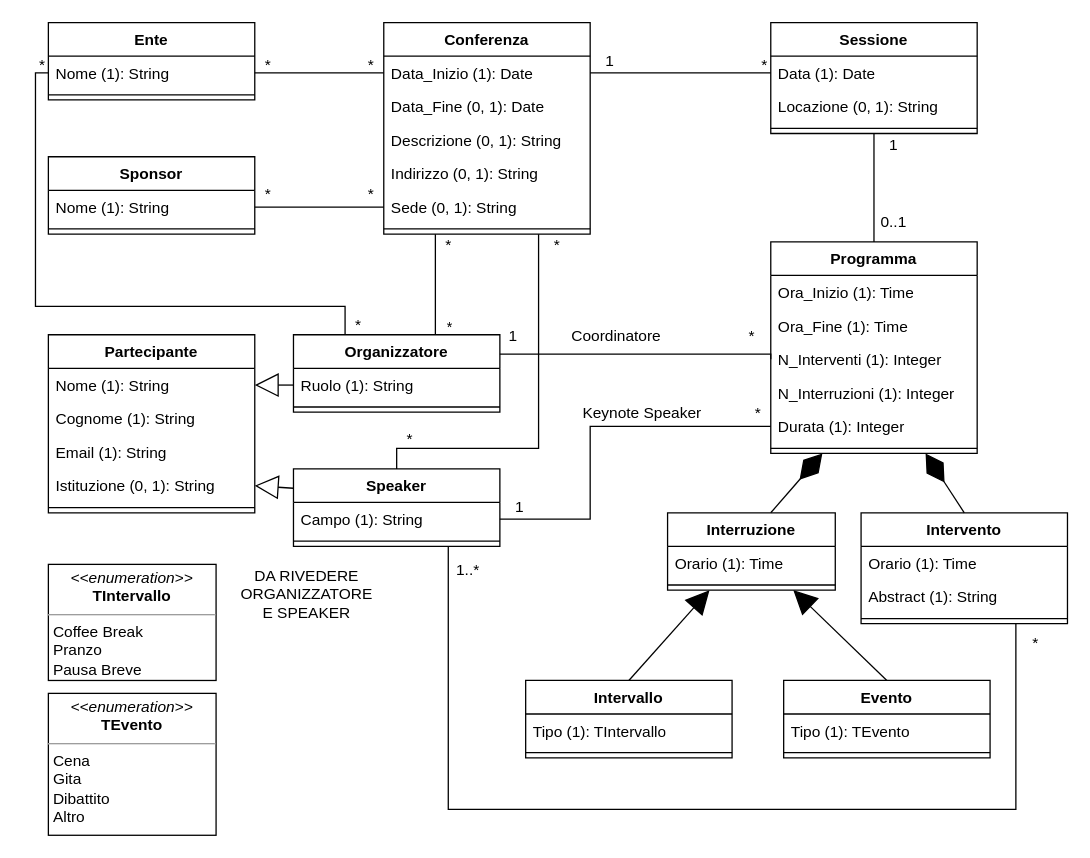
This is page "DiagrammaNonRistrutturato" (1 of 3) of UML-DB/Conferenze.drawio from LeoCucurachi/GestioneConferenze, a draw.io file, before an edit. Source tidied: cells renumbered, new cells numbered last; positions are measured from the earlier drawing's top-left corner, leaving out a move shared by most shapes. Both pictures are drawn from the tidied source at 129%, with x=0, y=0 at pixel (22, 22).
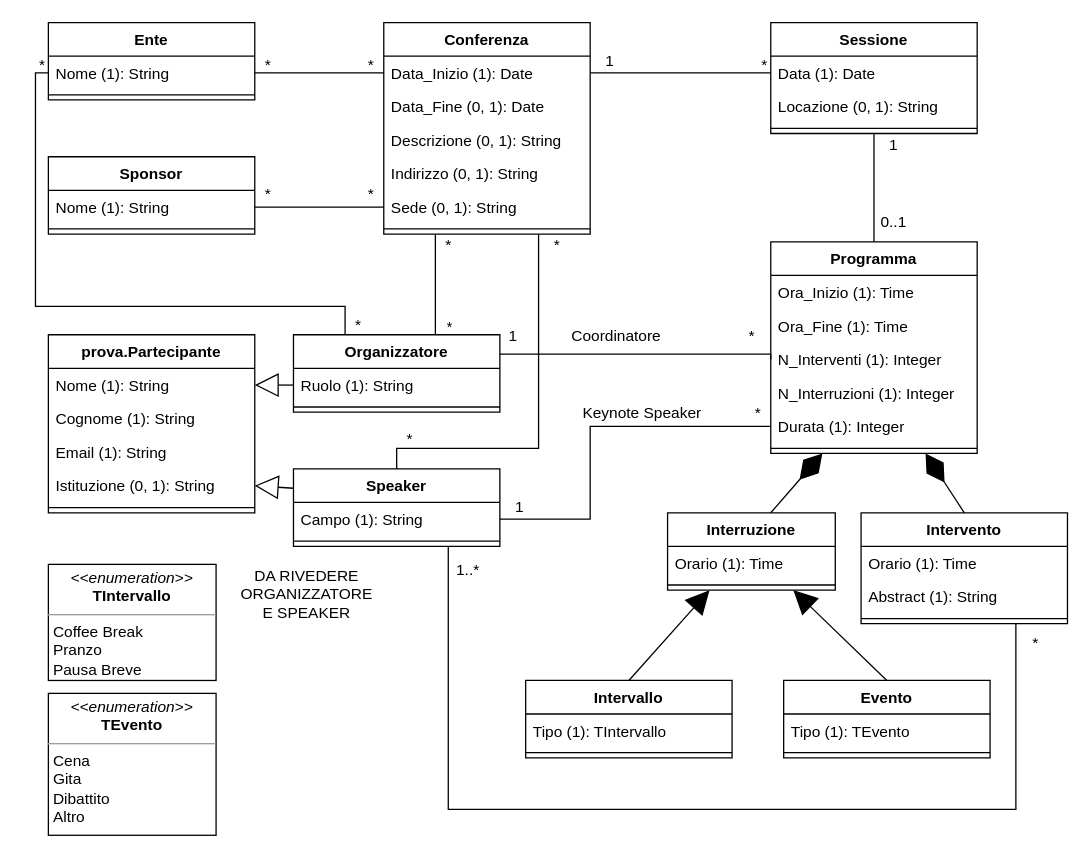
The same diagram, later.

Commit message (it also covers changes not shown here):
Added Partecipante and PartecipanteDAO classes, tested in Main.

Change to the diagram source:
```diff
@@
-    <mxCell id="15" value="Partecipante" style="swimlane;fontStyle=1;align=center;verticalAlign=top;horizontal=1;startSize=26;whiteSpace=wrap;html=1;" parent="1" vertex="1">
+    <mxCell id="15" value="prova.Partecipante" style="swimlane;fontStyle=1;align=center;verticalAlign=top;horizontal=1;startSize=26;whiteSpace=wrap;html=1;" parent="1" vertex="1">
       <mxGeometry x="20" y="242" width="160" height="138" as="geometry" />
     </mxCell>
```
